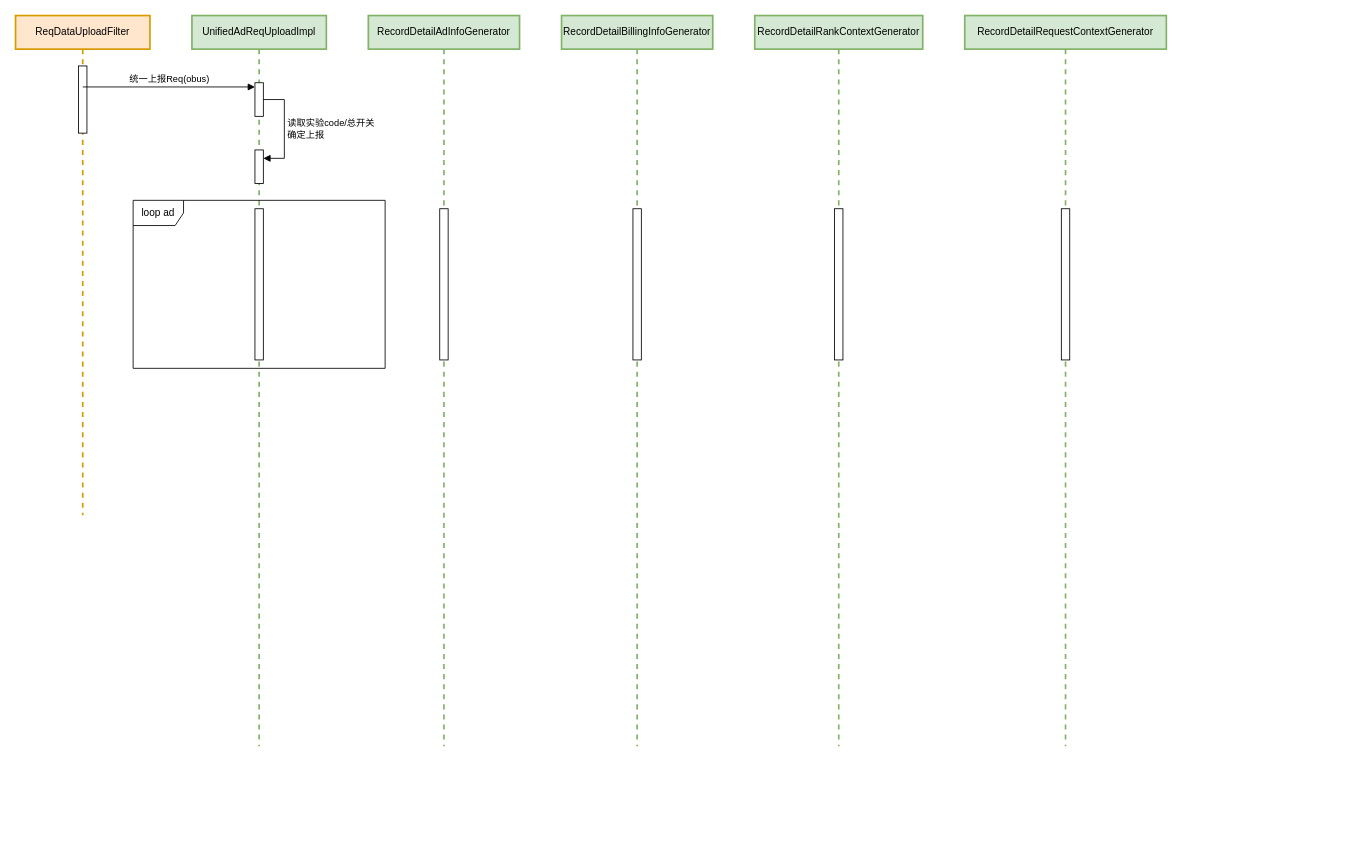
Earlier version of the draw.io diagram page "统一上报Req-时序" (3 of 10) of universal-engine/universal-transparent.drawio (karlchan-cn/drawio-repository). Source tidied: cells renumbered, new cells numbered last; positions are measured from the earlier drawing's top-left corner, leaving out a move shared by most shapes. Both pictures are drawn from the tidied source at 84%, with x=0, y=0 at pixel (15, 15).
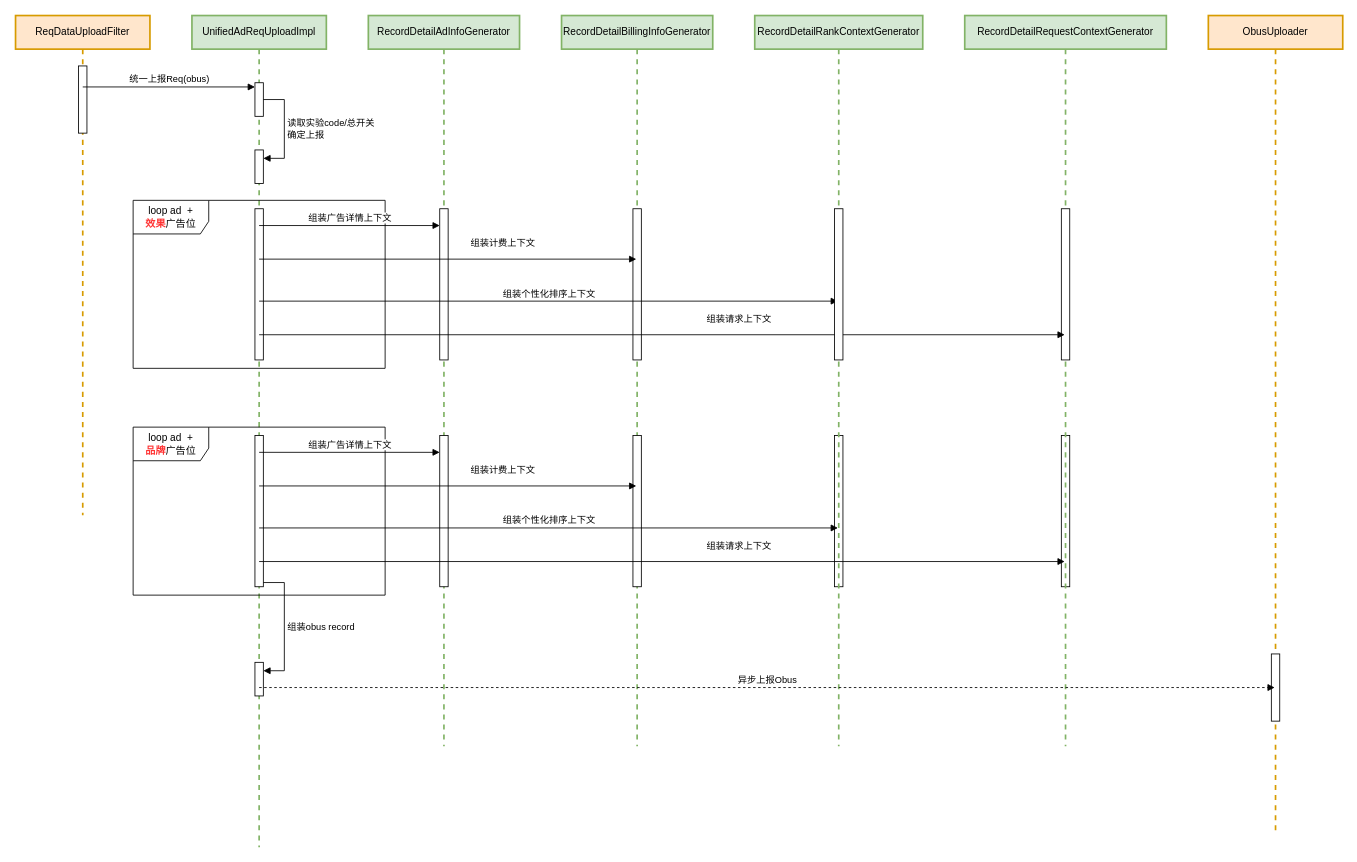
Above is the later version.

The change refers to these unchanged cells:
```xml
<mxCell id="10" style="html=1;points=[[0,0,0,0,5],[0,1,0,0,-5],[1,0,0,0,5],[1,1,0,0,-5]];perimeter=orthogonalPerimeter;outlineConnect=0;targetShapes=umlLifeline;portConstraint=eastwest;newEdgeStyle={&quot;curved&quot;:0,&quot;rounded&quot;:0};" parent="9" vertex="1">
  <mxGeometry x="85" y="230" width="10" height="180" as="geometry" />
</mxCell>
<mxCell id="11" value="RecordDetailBillingInfoGenerator" style="shape=umlLifeline;perimeter=lifelinePerimeter;whiteSpace=wrap;html=1;outlineConnect=0;portConstraint=eastwest;newEdgeStyle={&quot;curved&quot;:0,&quot;rounded&quot;:0};fillColor=#d5e8d4;strokeColor=#82b366;strokeWidth=2;" parent="1" vertex="1">
  <mxGeometry x="650" width="180" height="870" as="geometry" />
</mxCell>
<mxCell id="15" value="RecordDetailRequestContextGenerator" style="shape=umlLifeline;perimeter=lifelinePerimeter;whiteSpace=wrap;html=1;outlineConnect=0;portConstraint=eastwest;newEdgeStyle={&quot;curved&quot;:0,&quot;rounded&quot;:0};fillColor=#d5e8d4;strokeColor=#82b366;strokeWidth=2;" parent="1" vertex="1">
  <mxGeometry x="1130" width="240" height="870" as="geometry" />
</mxCell>
```

What changed in the source:
```diff
@@
     <mxCell id="4" value="UnifiedAdReqUploadImpl" style="shape=umlLifeline;perimeter=lifelinePerimeter;whiteSpace=wrap;html=1;newEdgeStyle={&quot;curved&quot;:0,&quot;rounded&quot;:0};fillColor=#d5e8d4;strokeColor=#82b366;strokeWidth=2;" parent="1" vertex="1">
-      <mxGeometry x="210" width="160" height="870" as="geometry" />
+      <mxGeometry x="210" width="160" height="990" as="geometry" />
     </mxCell>
@@
+    <mxCell id="19" style="html=1;points=[[0,0,0,0,5],[0,1,0,0,-5],[1,0,0,0,5],[1,1,0,0,-5]];perimeter=orthogonalPerimeter;outlineConnect=0;targetShapes=umlLifeline;portConstraint=eastwest;newEdgeStyle={&quot;curved&quot;:0,&quot;rounded&quot;:0};" parent="4" vertex="1">
+      <mxGeometry x="75" y="770" width="10" height="40" as="geometry" />
+    </mxCell>
@@
-    <mxCell id="13" value="RecordDetailRankContextGenerator" style="shape=umlLifeline;perimeter=lifelinePerimeter;whiteSpace=wrap;html=1;outlineConnect=0;portConstraint=eastwest;newEdgeStyle={&quot;curved&quot;:0,&quot;rounded&quot;:0};fillColor=#d5e8d4;strokeColor=#82b366;strokeWidth=2;" parent="1" vertex="1">
-      <mxGeometry x="880" width="200" height="870" as="geometry" />
-    </mxCell>
-    <mxCell id="14" style="html=1;perimeter=orthogonalPerimeter;targetShapes=umlLifeline;newEdgeStyle={&quot;curved&quot;:0,&quot;rounded&quot;:0};" parent="13" vertex="1">
-      <mxGeometry x="95" y="230" width="10" height="180" as="geometry" />
-    </mxCell>
+    <mxCell id="20" style="html=1;points=[[0,0,0,0,5],[0,1,0,0,-5],[1,0,0,0,5],[1,1,0,0,-5]];perimeter=orthogonalPerimeter;outlineConnect=0;targetShapes=umlLifeline;portConstraint=eastwest;newEdgeStyle={&quot;curved&quot;:0,&quot;rounded&quot;:0};" parent="11" vertex="1">
+      <mxGeometry x="-365" y="500" width="10" height="180" as="geometry" />
+    </mxCell>
+    <mxCell id="21" style="html=1;points=[[0,0,0,0,5],[0,1,0,0,-5],[1,0,0,0,5],[1,1,0,0,-5]];perimeter=orthogonalPerimeter;outlineConnect=0;targetShapes=umlLifeline;portConstraint=eastwest;newEdgeStyle={&quot;curved&quot;:0,&quot;rounded&quot;:0};" parent="11" vertex="1">
+      <mxGeometry x="-145" y="500" width="10" height="180" as="geometry" />
+    </mxCell>
+    <mxCell id="22" style="html=1;perimeter=orthogonalPerimeter;targetShapes=umlLifeline;newEdgeStyle={&quot;curved&quot;:0,&quot;rounded&quot;:0};" parent="11" vertex="1">
+      <mxGeometry x="85" y="500" width="10" height="180" as="geometry" />
+    </mxCell>
+    <mxCell id="23" style="html=1;perimeter=orthogonalPerimeter;targetShapes=umlLifeline;newEdgeStyle={&quot;curved&quot;:0,&quot;rounded&quot;:0};" parent="11" vertex="1">
+      <mxGeometry x="325" y="500" width="10" height="180" as="geometry" />
+    </mxCell>
+    <mxCell id="24" style="html=1;perimeter=orthogonalPerimeter;targetShapes=umlLifeline;newEdgeStyle={&quot;curved&quot;:0,&quot;rounded&quot;:0};" parent="11" vertex="1">
+      <mxGeometry x="595" y="500" width="10" height="180" as="geometry" />
+    </mxCell>
+    <mxCell id="25" value="loop ad&amp;nbsp; +&lt;br&gt;&lt;b&gt;&lt;font color=&quot;#ff3333&quot;&gt;品牌&lt;/font&gt;&lt;/b&gt;广告位" style="shape=umlFrame;whiteSpace=wrap;html=1;width=90;height=40;" parent="11" vertex="1">
+      <mxGeometry x="-510" y="490" width="300" height="200" as="geometry" />
+    </mxCell>
+    <mxCell id="26" value="组装广告详情上下文" style="html=1;verticalAlign=bottom;endArrow=block;curved=0;rounded=0;" parent="11" edge="1" target="21">
+      <mxGeometry relative="1" as="geometry">
+        <mxPoint x="-360" y="520" as="sourcePoint" />
+      </mxGeometry>
+    </mxCell>
+    <mxCell id="27" value="组装计费上下文" style="html=1;verticalAlign=bottom;endArrow=block;curved=0;rounded=0;" parent="11" edge="1">
+      <mxGeometry x="0.29" y="10" relative="1" as="geometry">
+        <mxPoint x="-360" y="560" as="sourcePoint" />
+        <mxPoint x="89" y="560" as="targetPoint" />
+      </mxGeometry>
+    </mxCell>
+    <mxCell id="28" value="组装个性化排序上下文" style="html=1;verticalAlign=bottom;endArrow=block;curved=0;rounded=0;" parent="11" edge="1">
+      <mxGeometry relative="1" as="geometry">
+        <mxPoint x="-360" y="610" as="sourcePoint" />
+        <mxPoint x="329" y="610" as="targetPoint" />
+      </mxGeometry>
+    </mxCell>
+    <mxCell id="29" value="组装请求上下文" style="html=1;verticalAlign=bottom;endArrow=block;curved=0;rounded=0;" parent="11" edge="1">
+      <mxGeometry x="0.19" y="10" relative="1" as="geometry">
+        <mxPoint x="-360" y="650" as="sourcePoint" />
+        <mxPoint x="599" y="650" as="targetPoint" />
+      </mxGeometry>
+    </mxCell>
@@
-    <mxCell id="18" value="loop ad" style="shape=umlFrame;whiteSpace=wrap;html=1;" parent="1" vertex="1">
+    <mxCell id="18" value="loop ad&amp;nbsp; +&lt;br&gt;&lt;b style=&quot;&quot;&gt;&lt;font color=&quot;#ff3333&quot;&gt;效果&lt;/font&gt;&lt;/b&gt;广告位" style="shape=umlFrame;whiteSpace=wrap;html=1;width=90;height=40;" parent="1" vertex="1">
       <mxGeometry x="140" y="220" width="300" height="200" as="geometry" />
     </mxCell>
+    <mxCell id="30" value="组装广告详情上下文" style="html=1;verticalAlign=bottom;endArrow=block;curved=0;rounded=0;" parent="1" edge="1" target="10">
+      <mxGeometry relative="1" as="geometry">
+        <mxPoint x="290" y="250" as="sourcePoint" />
+      </mxGeometry>
+    </mxCell>
+    <mxCell id="31" value="组装计费上下文" style="html=1;verticalAlign=bottom;endArrow=block;curved=0;rounded=0;" parent="1" edge="1" target="11">
+      <mxGeometry x="0.29" y="10" relative="1" as="geometry">
+        <mxPoint x="290" y="290" as="sourcePoint" />
+      </mxGeometry>
+    </mxCell>
+    <mxCell id="32" value="组装个性化排序上下文" style="html=1;verticalAlign=bottom;endArrow=block;curved=0;rounded=0;" parent="1" edge="1" target="13">
+      <mxGeometry relative="1" as="geometry">
+        <mxPoint x="290" y="340" as="sourcePoint" />
+      </mxGeometry>
+    </mxCell>
+    <mxCell id="33" value="组装请求上下文" style="html=1;verticalAlign=bottom;endArrow=block;curved=0;rounded=0;" parent="1" edge="1" target="15">
+      <mxGeometry x="0.19" y="10" relative="1" as="geometry">
+        <mxPoint x="290" y="380" as="sourcePoint" />
+      </mxGeometry>
+    </mxCell>
+    <mxCell id="13" value="RecordDetailRankContextGenerator" style="shape=umlLifeline;perimeter=lifelinePerimeter;whiteSpace=wrap;html=1;outlineConnect=0;portConstraint=eastwest;newEdgeStyle={&quot;curved&quot;:0,&quot;rounded&quot;:0};fillColor=#d5e8d4;strokeColor=#82b366;strokeWidth=2;" parent="1" vertex="1">
+      <mxGeometry x="880" width="200" height="870" as="geometry" />
+    </mxCell>
+    <mxCell id="14" style="html=1;perimeter=orthogonalPerimeter;targetShapes=umlLifeline;newEdgeStyle={&quot;curved&quot;:0,&quot;rounded&quot;:0};" parent="13" vertex="1">
+      <mxGeometry x="95" y="230" width="10" height="180" as="geometry" />
+    </mxCell>
+    <mxCell id="34" value="组装obus record" style="html=1;align=left;spacingLeft=2;endArrow=block;rounded=0;edgeStyle=orthogonalEdgeStyle;curved=0;rounded=0;exitX=1;exitY=1;exitDx=0;exitDy=-5;exitPerimeter=0;" parent="1" edge="1" source="20" target="19">
+      <mxGeometry relative="1" as="geometry">
+        <Array as="points">
+          <mxPoint x="320" y="675" />
+          <mxPoint x="320" y="780" />
+        </Array>
+      </mxGeometry>
+    </mxCell>
+    <mxCell id="35" value="ObusUploader" style="shape=umlLifeline;perimeter=lifelinePerimeter;whiteSpace=wrap;html=1;outlineConnect=0;portConstraint=eastwest;newEdgeStyle={&quot;curved&quot;:0,&quot;rounded&quot;:0};fillColor=#ffe6cc;strokeColor=#d79b00;strokeWidth=2;" parent="1" vertex="1">
+      <mxGeometry x="1420" width="160" height="970" as="geometry" />
+    </mxCell>
+    <mxCell id="36" style="html=1;perimeter=orthogonalPerimeter;targetShapes=umlLifeline;newEdgeStyle={&quot;curved&quot;:0,&quot;rounded&quot;:0};" parent="35" vertex="1">
+      <mxGeometry x="75" y="760" width="10" height="80" as="geometry" />
+    </mxCell>
+    <mxCell id="37" value="异步上报Obus" style="html=1;verticalAlign=bottom;endArrow=block;curved=0;rounded=0;dashed=1;" parent="1" edge="1" target="35">
+      <mxGeometry relative="1" as="geometry">
+        <mxPoint x="290" y="800" as="sourcePoint" />
+      </mxGeometry>
+    </mxCell>
```
